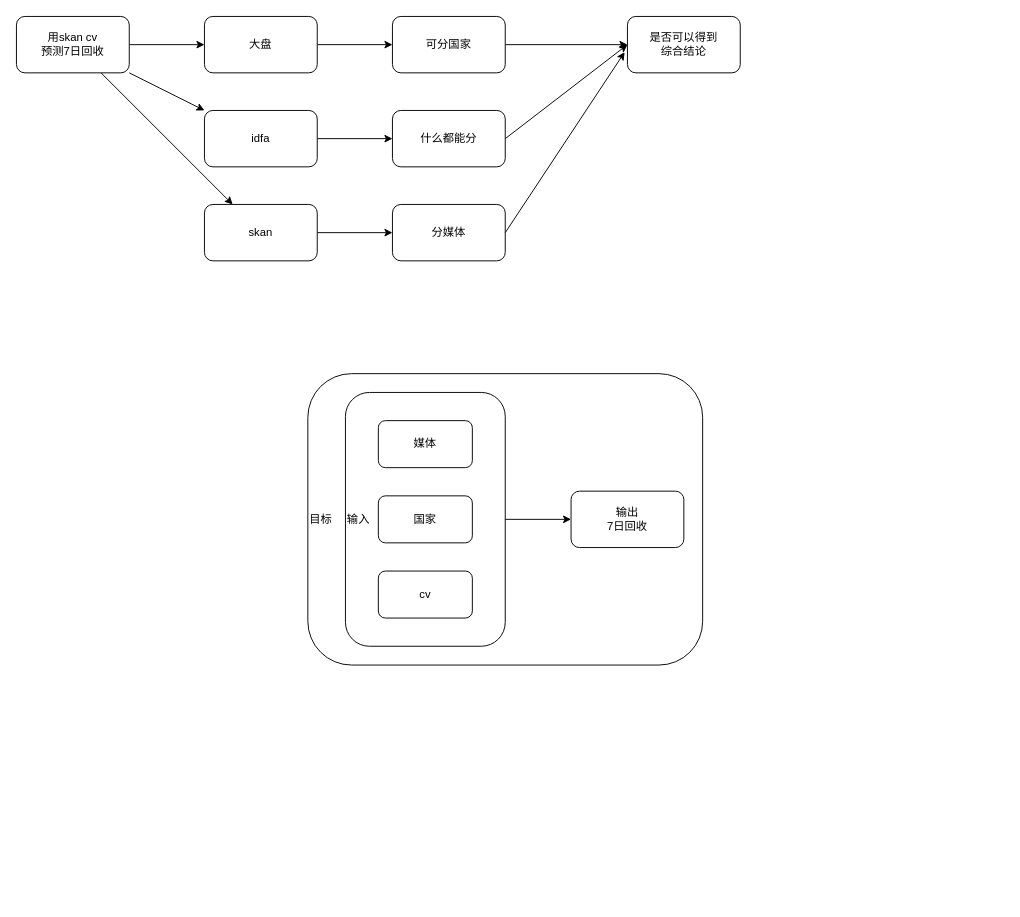
Above: dio/predictByCv.dio in u03013112/ios_-attribution (draw.io), before the change. Source tidied: cells renumbered, new cells numbered last; positions are measured from the earlier drawing's top-left corner, leaving out a move shared by most shapes. Both pictures are drawn from the tidied source at 94%, with x=0, y=0 at pixel (16, 16).
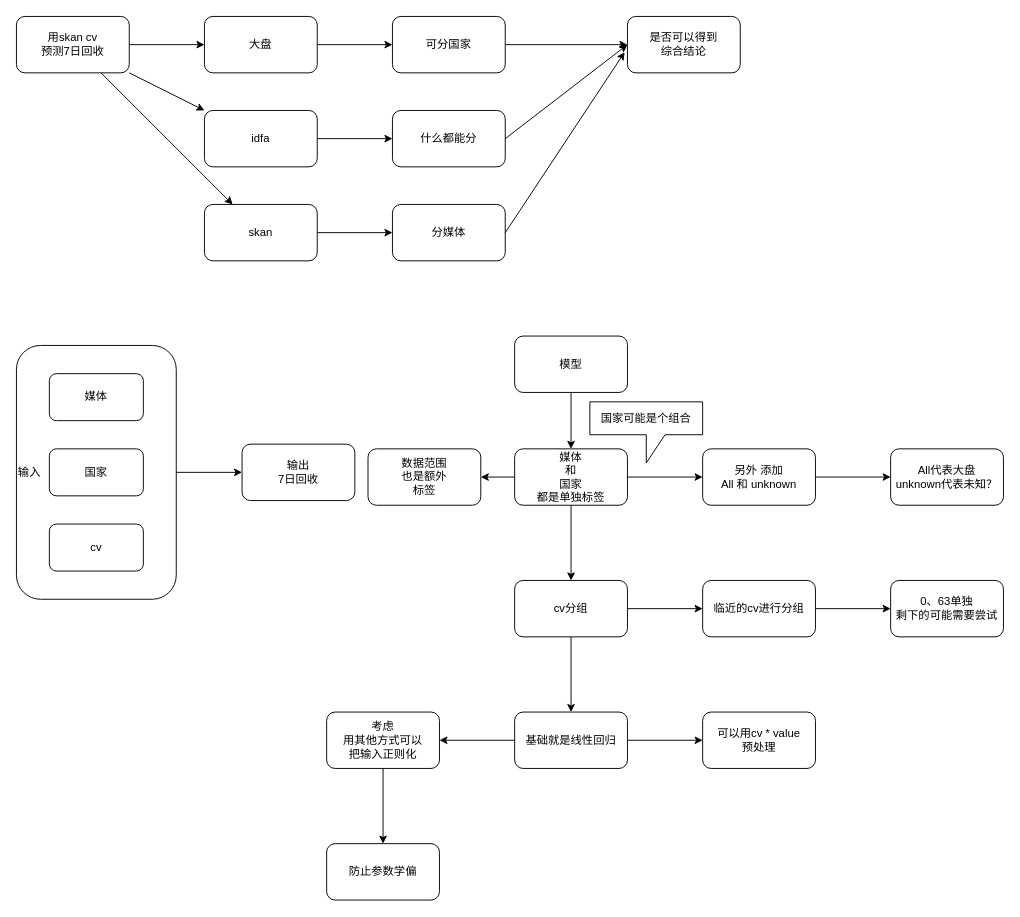
Above is the later version.

What changed in the source:
```diff
@@
-    <mxCell id="19" value="目标" style="rounded=1;whiteSpace=wrap;html=1;align=left;" parent="1" vertex="1">
-      <mxGeometry x="310" y="380" width="420" height="310" as="geometry" />
-    </mxCell>
     <mxCell id="20" value="&lt;div&gt;&lt;span&gt;输入&lt;/span&gt;&lt;/div&gt;" style="whiteSpace=wrap;html=1;rounded=1;align=left;" parent="1" vertex="1">
-      <mxGeometry x="350" y="400" width="170" height="270" as="geometry" />
+      <mxGeometry y="350" width="170" height="270" as="geometry" />
     </mxCell>
     <mxCell id="21" value="输出&lt;br&gt;7日回收" style="whiteSpace=wrap;html=1;rounded=1;" parent="1" vertex="1">
-      <mxGeometry x="590" y="505" width="120" height="60" as="geometry" />
+      <mxGeometry x="240" y="455" width="120" height="60" as="geometry" />
     </mxCell>
     <mxCell id="22" value="媒体" style="rounded=1;whiteSpace=wrap;html=1;" parent="1" vertex="1">
-      <mxGeometry x="385" y="430" width="100" height="50" as="geometry" />
+      <mxGeometry x="35" y="380" width="100" height="50" as="geometry" />
     </mxCell>
     <mxCell id="23" value="国家" style="rounded=1;whiteSpace=wrap;html=1;" parent="1" vertex="1">
-      <mxGeometry x="385" y="510" width="100" height="50" as="geometry" />
+      <mxGeometry x="35" y="460" width="100" height="50" as="geometry" />
     </mxCell>
     <mxCell id="24" value="cv" style="rounded=1;whiteSpace=wrap;html=1;" parent="1" vertex="1">
-      <mxGeometry x="385" y="590" width="100" height="50" as="geometry" />
+      <mxGeometry x="35" y="540" width="100" height="50" as="geometry" />
     </mxCell>
@@
+    <mxCell id="26" style="edgeStyle=none;html=1;" parent="1" edge="1" source="27" target="31">
+      <mxGeometry relative="1" as="geometry" />
+    </mxCell>
+    <mxCell id="27" value="模型" style="rounded=1;whiteSpace=wrap;html=1;" parent="1" vertex="1">
+      <mxGeometry x="530" y="340" width="120" height="60" as="geometry" />
+    </mxCell>
+    <mxCell id="28" style="edgeStyle=none;html=1;" parent="1" edge="1" source="31" target="33">
+      <mxGeometry relative="1" as="geometry" />
+    </mxCell>
+    <mxCell id="29" style="edgeStyle=none;html=1;" parent="1" edge="1" source="31" target="37">
+      <mxGeometry relative="1" as="geometry" />
+    </mxCell>
+    <mxCell id="30" style="edgeStyle=none;html=1;" parent="1" edge="1" source="31" target="48">
+      <mxGeometry relative="1" as="geometry" />
+    </mxCell>
+    <mxCell id="31" value="媒体&lt;br&gt;和&lt;br&gt;国家&lt;br&gt;都是单独标签" style="whiteSpace=wrap;html=1;rounded=1;" parent="1" vertex="1">
+      <mxGeometry x="530" y="460" width="120" height="60" as="geometry" />
+    </mxCell>
+    <mxCell id="32" style="edgeStyle=none;html=1;" parent="1" edge="1" source="33" target="34">
+      <mxGeometry relative="1" as="geometry" />
+    </mxCell>
+    <mxCell id="33" value="另外 添加&lt;br&gt;All 和 unknown" style="whiteSpace=wrap;html=1;rounded=1;" parent="1" vertex="1">
+      <mxGeometry x="730" y="460" width="120" height="60" as="geometry" />
+    </mxCell>
+    <mxCell id="34" value="All代表大盘&lt;br&gt;unknown代表未知？" style="whiteSpace=wrap;html=1;rounded=1;" parent="1" vertex="1">
+      <mxGeometry x="930" y="460" width="120" height="60" as="geometry" />
+    </mxCell>
+    <mxCell id="35" style="edgeStyle=none;html=1;" parent="1" edge="1" source="37" target="39">
+      <mxGeometry relative="1" as="geometry" />
+    </mxCell>
+    <mxCell id="36" style="edgeStyle=none;html=1;" parent="1" edge="1" source="37" target="43">
+      <mxGeometry relative="1" as="geometry" />
+    </mxCell>
+    <mxCell id="37" value="cv分组" style="whiteSpace=wrap;html=1;rounded=1;" parent="1" vertex="1">
+      <mxGeometry x="530" y="600" width="120" height="60" as="geometry" />
+    </mxCell>
+    <mxCell id="38" style="edgeStyle=none;html=1;" parent="1" edge="1" source="39" target="40">
+      <mxGeometry relative="1" as="geometry" />
+    </mxCell>
+    <mxCell id="39" value="临近的cv进行分组" style="whiteSpace=wrap;html=1;rounded=1;" parent="1" vertex="1">
+      <mxGeometry x="730" y="600" width="120" height="60" as="geometry" />
+    </mxCell>
+    <mxCell id="40" value="0、63单独&lt;br&gt;剩下的可能需要尝试" style="whiteSpace=wrap;html=1;rounded=1;" parent="1" vertex="1">
+      <mxGeometry x="930" y="600" width="120" height="60" as="geometry" />
+    </mxCell>
+    <mxCell id="41" style="edgeStyle=none;html=1;" parent="1" edge="1" source="43" target="44">
+      <mxGeometry relative="1" as="geometry" />
+    </mxCell>
+    <mxCell id="42" style="edgeStyle=none;html=1;" parent="1" edge="1" source="43" target="46">
+      <mxGeometry relative="1" as="geometry" />
+    </mxCell>
+    <mxCell id="43" value="基础就是线性回归" style="whiteSpace=wrap;html=1;rounded=1;" parent="1" vertex="1">
+      <mxGeometry x="530" y="740" width="120" height="60" as="geometry" />
+    </mxCell>
+    <mxCell id="44" value="可以用cv * value &lt;br&gt;预处理" style="whiteSpace=wrap;html=1;rounded=1;" parent="1" vertex="1">
+      <mxGeometry x="730" y="740" width="120" height="60" as="geometry" />
+    </mxCell>
+    <mxCell id="45" style="edgeStyle=none;html=1;" parent="1" edge="1" source="46" target="47">
+      <mxGeometry relative="1" as="geometry" />
+    </mxCell>
+    <mxCell id="46" value="考虑&lt;br&gt;用其他方式可以&lt;br&gt;把输入正则化" style="whiteSpace=wrap;html=1;rounded=1;" parent="1" vertex="1">
+      <mxGeometry x="330" y="740" width="120" height="60" as="geometry" />
+    </mxCell>
+    <mxCell id="47" value="防止参数学偏" style="whiteSpace=wrap;html=1;rounded=1;" parent="1" vertex="1">
+      <mxGeometry x="330" y="880" width="120" height="60" as="geometry" />
+    </mxCell>
+    <mxCell id="48" value="数据范围&lt;br&gt;也是额外&lt;br&gt;标签" style="whiteSpace=wrap;html=1;rounded=1;" parent="1" vertex="1">
+      <mxGeometry x="374" y="460" width="120" height="60" as="geometry" />
+    </mxCell>
+    <mxCell id="49" value="国家可能是个组合" style="shape=callout;whiteSpace=wrap;html=1;perimeter=calloutPerimeter;" parent="1" vertex="1">
+      <mxGeometry x="610" y="410" width="120" height="65" as="geometry" />
+    </mxCell>
```
